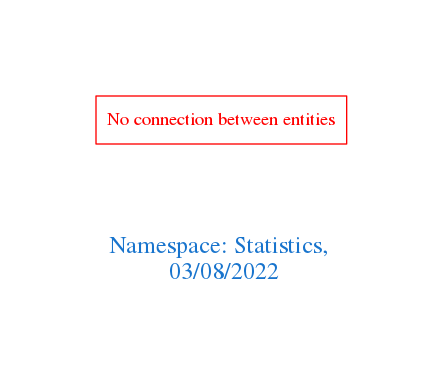
Before: downloads/Statistics.png, a diagram exported from Graphviz (arago/OGIT). Its source is kept beside it as downloads/Statistics.dot.
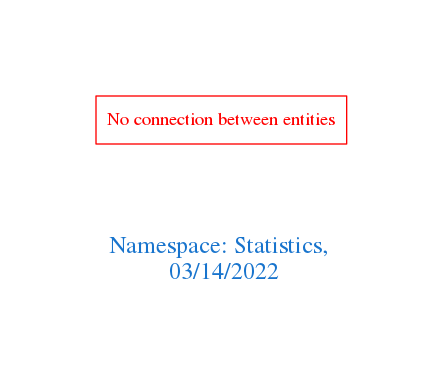
The same diagram one commit later.

What changed in the source:
```diff
@@ -1,7 +1,7 @@
 digraph OGIT_ontology {
  graph [ rankdir= LR,pad=1
 fontsize = 18,
-fontcolor= dodgerblue3,label = "\n\n\nNamespace: Statistics, \n 03/08/2022"];
+fontcolor= dodgerblue3,label = "\n\n\nNamespace: Statistics, \n 03/14/2022"];
 node[shape=polygon];
 edge [  color="gray81"];
 
```
